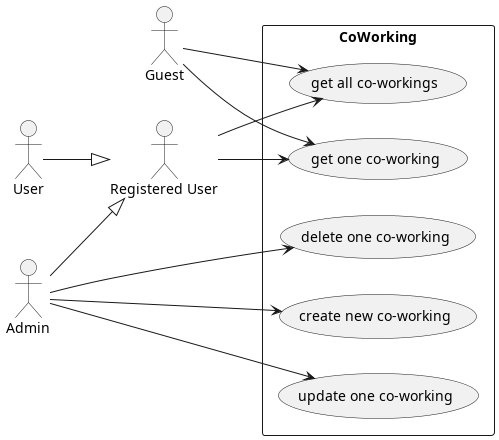
Above: diagrams/usecase/coworking/coworking.png in TeaChanathip/SwDev-Project (PlantUML), before the change.
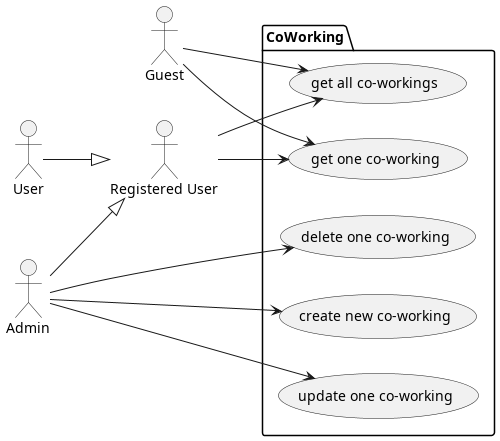
Later version of the same file.

Diff of the diagram source:
```diff
@@ -9,7 +9,7 @@
 User --|> "Registered User"
 Admin --|> "Registered User"
 
-rectangle "CoWorking" {
+package "CoWorking" {
     usecase "create new co-working" as CoWorkingUC1
     usecase "get one co-working" as CoWorkingUC2
     usecase "get all co-workings" as CoWorkingUC3
```
